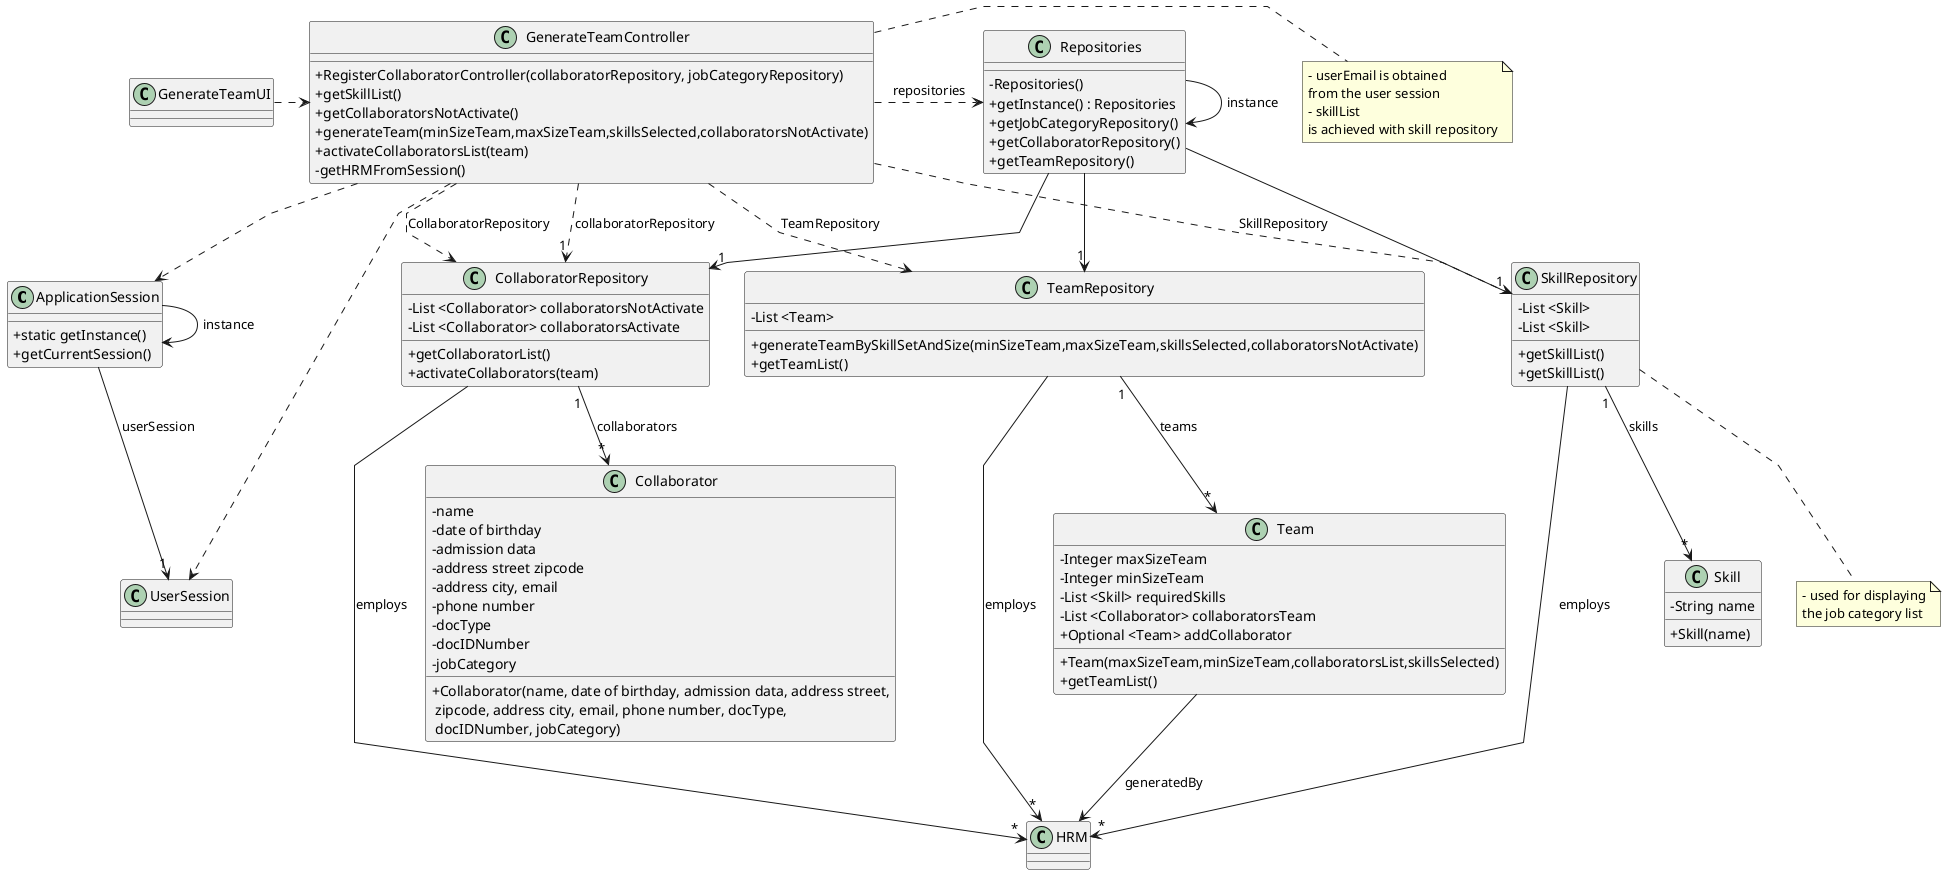
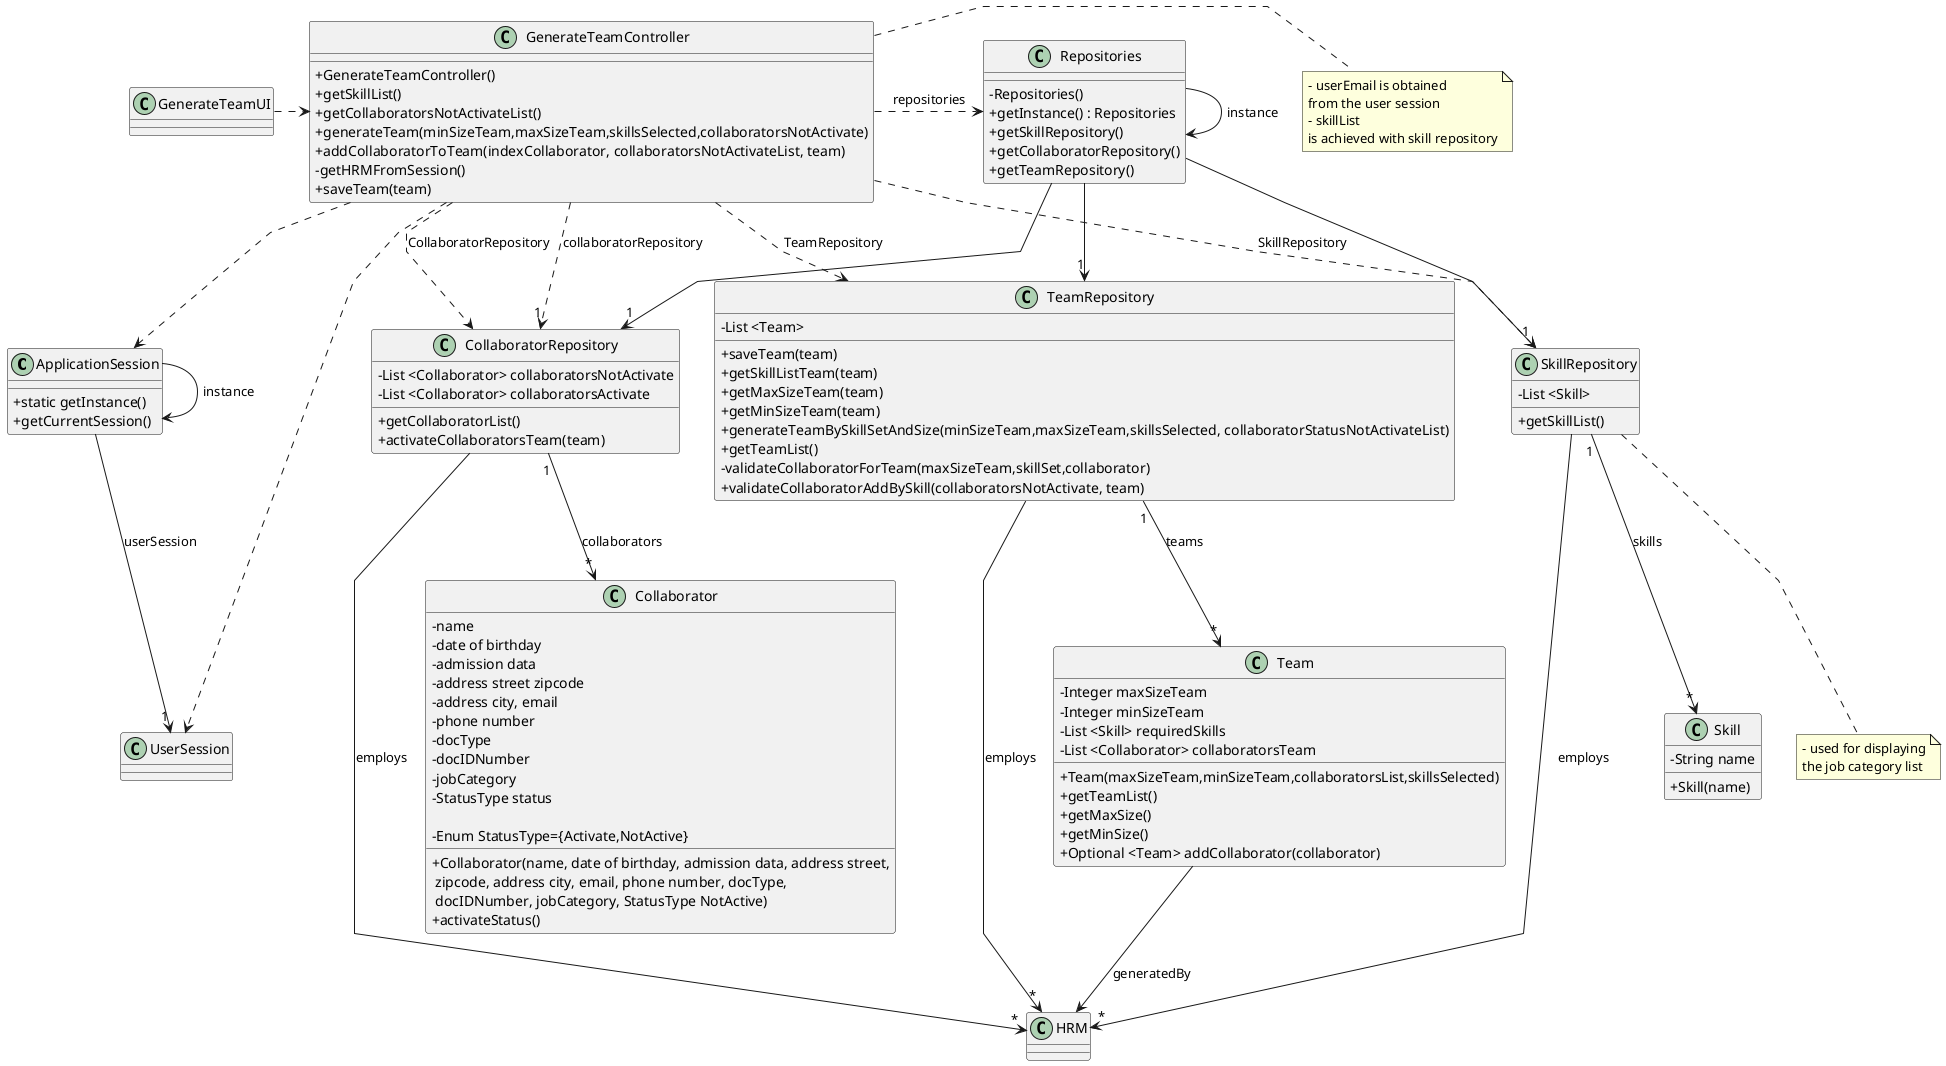
@startuml
'skinparam monochrome true
skinparam packageStyle rectangle
skinparam shadowing false
skinparam linetype polyline
'skinparam linetype orto

skinparam classAttributeIconSize 0

'left to right direction

class ApplicationSession{
    + static getInstance()
    + getCurrentSession()
}

class UserSession{
}

class HRM {
}

class Collaborator {
    - name
    - date of birthday
    - admission data
    - address street zipcode
    - address city, email
    - phone number
    - docType
    - docIDNumber
    - jobCategory
+     - StatusType status

-     + Collaborator(name, date of birthday, admission data, address street,\n zipcode, address city, email, phone number, docType,\n docIDNumber, jobCategory)
+     - Enum StatusType={Activate,NotActive}
+ 
+     + Collaborator(name, date of birthday, admission data, address street,\n zipcode, address city, email, phone number, docType,\n docIDNumber, jobCategory, StatusType NotActive)
+     + activateStatus()
}

class Skill {
    - String name
    + Skill(name)
}

class CollaboratorRepository {
    - List <Collaborator> collaboratorsNotActivate
    - List <Collaborator> collaboratorsActivate
    + getCollaboratorList()
-     + activateCollaborators(team)
+     + activateCollaboratorsTeam(team)
}

class TeamRepository {
    - List <Team>
-     + generateTeamBySkillSetAndSize(minSizeTeam,maxSizeTeam,skillsSelected,collaboratorsNotActivate)
+     + saveTeam(team)
+     + getSkillListTeam(team)
+     + getMaxSizeTeam(team)
+     + getMinSizeTeam(team)
+     + generateTeamBySkillSetAndSize(minSizeTeam,maxSizeTeam,skillsSelected, collaboratorStatusNotActivateList)
    + getTeamList()
+     - validateCollaboratorForTeam(maxSizeTeam,skillSet,collaborator)
+     + validateCollaboratorAddBySkill(collaboratorsNotActivate, team)
}

- class SkillRepository{
-     - List <Skill>
-     + getSkillList()
- }

class Team{
    -Integer maxSizeTeam
    -Integer minSizeTeam
    -List <Skill> requiredSkills
    -List <Collaborator> collaboratorsTeam
    + Team(maxSizeTeam,minSizeTeam,collaboratorsList,skillsSelected)
    + getTeamList()
-     + Optional <Team> addCollaborator
+     + getMaxSize()
+     + getMinSize()
+     + Optional <Team> addCollaborator(collaborator)
}


class Repositories {
    - Repositories()
    + getInstance() : Repositories
-     + getJobCategoryRepository()
+     + getSkillRepository()
    + getCollaboratorRepository()
    + getTeamRepository()
}

class GenerateTeamController {
-     + RegisterCollaboratorController(collaboratorRepository, jobCategoryRepository)
+     + GenerateTeamController()
    + getSkillList()
-     + getCollaboratorsNotActivate()
+     + getCollaboratorsNotActivateList()
    + generateTeam(minSizeTeam,maxSizeTeam,skillsSelected,collaboratorsNotActivate)
-     + activateCollaboratorsList(team)
+     + addCollaboratorToTeam(indexCollaborator, collaboratorsNotActivateList, team)
    - getHRMFromSession()
+     + saveTeam(team)
}

class SkillRepository{
    - List <Skill>
    + getSkillList()
}

note right of GenerateTeamController
    - userEmail is obtained
    from the user session
    - skillList
    is achieved with skill repository
end note

note bottom of SkillRepository
    - used for displaying
    the job category list
end note

class GenerateTeamUI {
}

Repositories -> Repositories : instance
ApplicationSession -> ApplicationSession : instance

GenerateTeamUI .> GenerateTeamController

GenerateTeamController .> Repositories : repositories

Repositories --> "1" CollaboratorRepository
Repositories --> "1" SkillRepository
Repositories --> "1" TeamRepository

GenerateTeamController ..> CollaboratorRepository : CollaboratorRepository
GenerateTeamController ..> SkillRepository : SkillRepository
GenerateTeamController ..> TeamRepository : TeamRepository


GenerateTeamController ..> "1" CollaboratorRepository : collaboratorRepository
GenerateTeamController ..> ApplicationSession
GenerateTeamController ..> UserSession

CollaboratorRepository "1" --> "*" Collaborator : collaborators
TeamRepository "1" --> "*" Team : teams
SkillRepository "1" --> "*" Skill : skills

Team --> HRM : generatedBy

ApplicationSession --> "1" UserSession : userSession

TeamRepository --> "*" HRM : employs
SkillRepository --> "*" HRM : employs
CollaboratorRepository --> "*" HRM : employs


@enduml